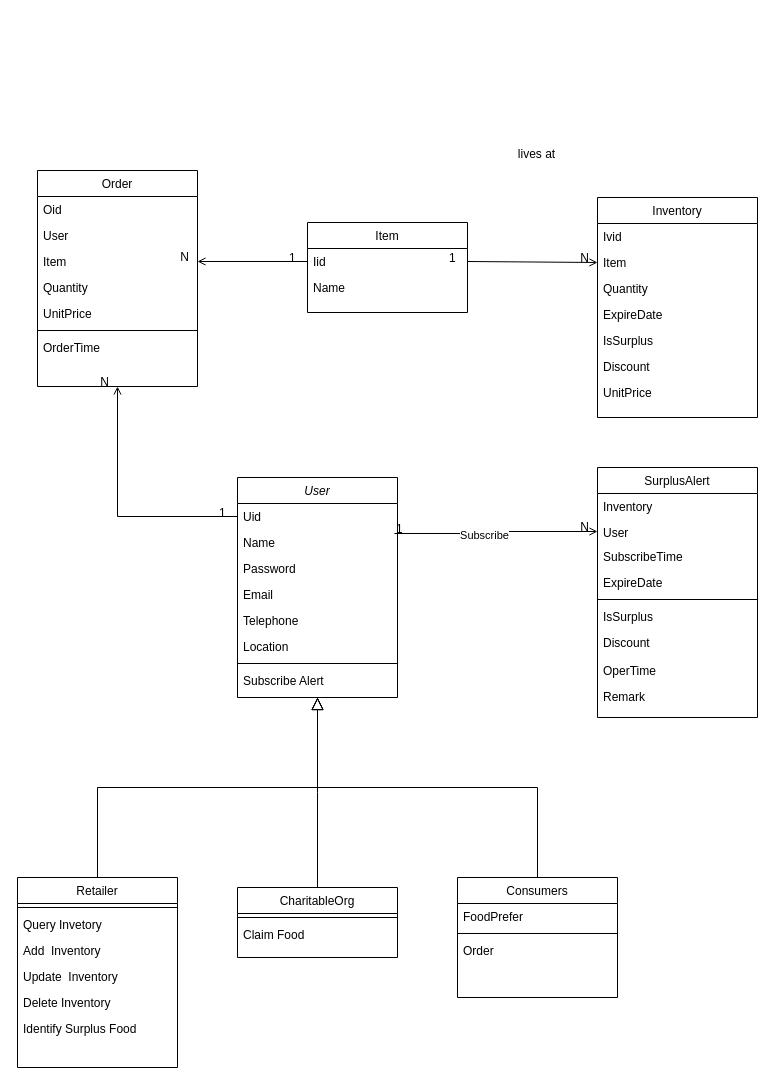
Before: FWRP-class.drawio in panjuncai/Req, a draw.io diagram. Source tidied: cells renumbered, new cells numbered last; positions are measured from the earlier drawing's top-left corner, leaving out a move shared by most shapes. Both pictures are drawn from the tidied source at 100%, with x=0, y=0 at pixel (17, 170).
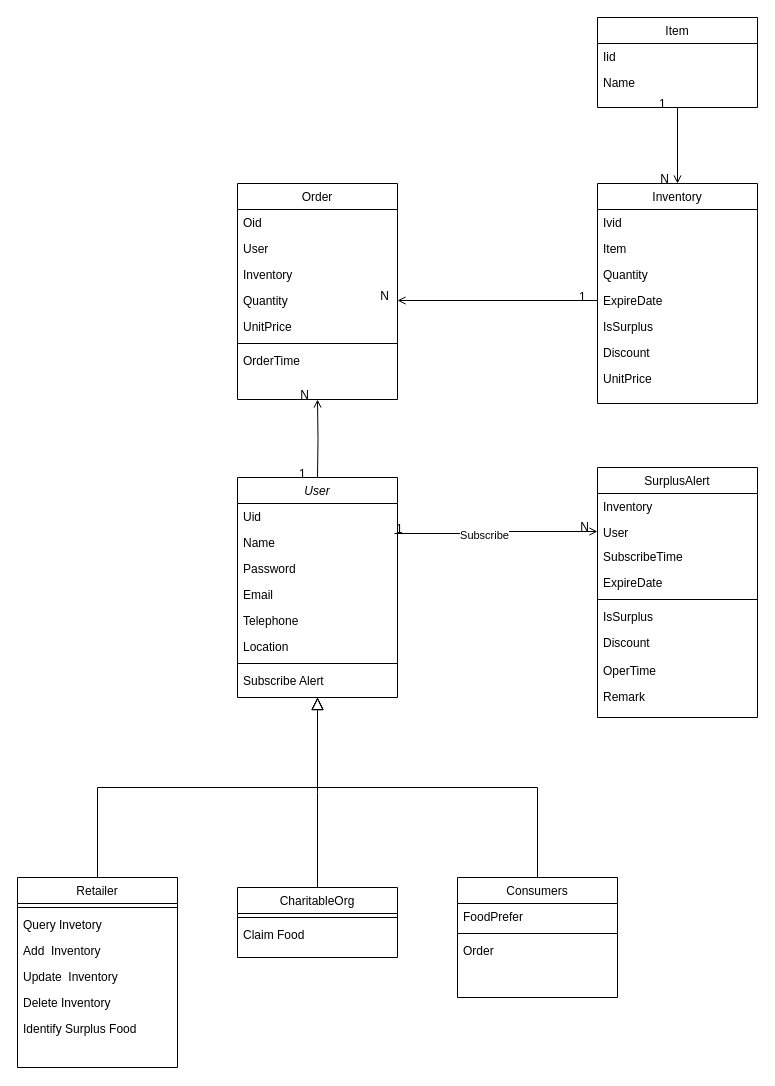
Above is the later version.

The change refers to these unchanged cells:
```xml
<mxCell id="3" value="Uid" style="text;align=left;verticalAlign=top;spacingLeft=4;spacingRight=4;overflow=hidden;points=[[0,0.5],[1,0.5]];portConstraint=eastwest;" parent="2" vertex="1">
  <mxGeometry y="26" width="160" height="26" as="geometry" />
</mxCell>
<mxCell id="46" value="Quantity" style="text;align=left;verticalAlign=top;spacingLeft=4;spacingRight=4;overflow=hidden;points=[[0,0.5],[1,0.5]];portConstraint=eastwest;rounded=0;shadow=0;html=0;" parent="42" vertex="1">
  <mxGeometry y="104" width="160" height="26" as="geometry" />
</mxCell>
<mxCell id="52" value="Item" style="text;align=left;verticalAlign=top;spacingLeft=4;spacingRight=4;overflow=hidden;points=[[0,0.5],[1,0.5]];portConstraint=eastwest;rounded=0;shadow=0;html=0;" parent="50" vertex="1">
  <mxGeometry y="52" width="160" height="26" as="geometry" />
</mxCell>
<mxCell id="54" value="ExpireDate" style="text;align=left;verticalAlign=top;spacingLeft=4;spacingRight=4;overflow=hidden;points=[[0,0.5],[1,0.5]];portConstraint=eastwest;rounded=0;shadow=0;html=0;" parent="50" vertex="1">
  <mxGeometry y="104" width="160" height="26" as="geometry" />
</mxCell>
<mxCell id="59" value="Iid" style="text;align=left;verticalAlign=top;spacingLeft=4;spacingRight=4;overflow=hidden;points=[[0,0.5],[1,0.5]];portConstraint=eastwest;" parent="58" vertex="1">
  <mxGeometry y="26" width="160" height="26" as="geometry" />
</mxCell>
```

The edit, as a diff of the source:
```diff
@@
     <mxCell id="42" value="Order" style="swimlane;fontStyle=0;align=center;verticalAlign=top;horizontal=1;startSize=26;rounded=0;shadow=0;strokeWidth=1;" parent="1" vertex="1">
-      <mxGeometry x="20" width="160" height="216" as="geometry" />
+      <mxGeometry x="220" y="13" width="160" height="216" as="geometry" />
     </mxCell>
@@
-    <mxCell id="45" value="Item" style="text;align=left;verticalAlign=top;spacingLeft=4;spacingRight=4;overflow=hidden;points=[[0,0.5],[1,0.5]];portConstraint=eastwest;rounded=0;shadow=0;html=0;" parent="42" vertex="1">
+    <mxCell id="45" value="Inventory" style="text;align=left;verticalAlign=top;spacingLeft=4;spacingRight=4;overflow=hidden;points=[[0,0.5],[1,0.5]];portConstraint=eastwest;rounded=0;shadow=0;html=0;" parent="42" vertex="1">
       <mxGeometry y="78" width="160" height="26" as="geometry" />
     </mxCell>
@@
     <mxCell id="50" value="Inventory" style="swimlane;fontStyle=0;align=center;verticalAlign=top;horizontal=1;startSize=26;rounded=0;shadow=0;strokeWidth=1;" parent="1" vertex="1">
-      <mxGeometry x="580" y="27" width="160" height="220" as="geometry" />
+      <mxGeometry x="580" y="13" width="160" height="220" as="geometry" />
     </mxCell>
@@
     <mxCell id="58" value="Item" style="swimlane;fontStyle=0;align=center;verticalAlign=top;horizontal=1;startSize=26;rounded=0;shadow=0;strokeWidth=1;" parent="1" vertex="1">
-      <mxGeometry x="290" y="52" width="160" height="90" as="geometry" />
+      <mxGeometry x="580" y="-153" width="160" height="90" as="geometry" />
     </mxCell>
@@
-    <mxCell id="61" style="endArrow=open;shadow=0;strokeWidth=1;rounded=0;endFill=1;elbow=vertical;entryX=0;entryY=0.5;entryDx=0;entryDy=0;exitX=1;exitY=0.5;exitDx=0;exitDy=0;" parent="1" edge="1" source="59" target="52">
+    <mxCell id="61" style="endArrow=open;shadow=0;strokeWidth=1;rounded=0;endFill=1;elbow=vertical;exitX=0.5;exitY=1;exitDx=0;exitDy=0;entryX=0.5;entryY=0;entryDx=0;entryDy=0;" parent="1" edge="1" source="58" target="50">
       <mxGeometry x="0.5" y="41" relative="1" as="geometry">
         <mxPoint x="-40" y="32" as="offset" />
       </mxGeometry>
     </mxCell>
@@
-    <mxCell id="64" value="lives at" style="text;html=1;align=center;verticalAlign=middle;labelBackgroundColor=none;rounded=0;shadow=0;strokeWidth=1;fontSize=12;" parent="61" vertex="1">
-      <mxGeometry x="0.5" y="49" relative="1" as="geometry">
-        <mxPoint x="-30" y="-59" as="offset" />
-      </mxGeometry>
-    </mxCell>
-    <mxCell id="65" style="endArrow=open;shadow=0;strokeWidth=1;rounded=0;endFill=1;elbow=vertical;entryX=1;entryY=0.5;entryDx=0;entryDy=0;exitX=0;exitY=0.5;exitDx=0;exitDy=0;" parent="1" edge="1" source="59" target="45">
-      <mxGeometry x="0.5" y="41" relative="1" as="geometry">
-        <mxPoint x="-40" y="32" as="offset" />
-      </mxGeometry>
-    </mxCell>
-    <mxCell id="66" value="1" style="align=left;verticalAlign=bottom;labelBackgroundColor=none;fontSize=12;" parent="65" vertex="1">
-      <mxGeometry x="-1" relative="1" as="geometry">
-        <mxPoint x="-20" y="5" as="offset" />
-      </mxGeometry>
-    </mxCell>
-    <mxCell id="67" value="N" style="align=right;verticalAlign=bottom;labelBackgroundColor=none;fontSize=12;" parent="65" vertex="1">
-      <mxGeometry x="1" relative="1" as="geometry">
-        <mxPoint x="-7" y="4" as="offset" />
-      </mxGeometry>
-    </mxCell>
-    <mxCell id="68" style="endArrow=open;shadow=0;strokeWidth=1;rounded=0;endFill=1;elbow=vertical;entryX=0.5;entryY=1;entryDx=0;entryDy=0;exitX=0;exitY=0.5;exitDx=0;exitDy=0;edgeStyle=orthogonalEdgeStyle;" parent="1" edge="1" source="3" target="42">
+    <mxCell id="68" style="endArrow=open;shadow=0;strokeWidth=1;rounded=0;endFill=1;elbow=vertical;edgeStyle=orthogonalEdgeStyle;entryX=0.5;entryY=1;entryDx=0;entryDy=0;" parent="1" edge="1" target="42">
       <mxGeometry x="0.5" y="41" relative="1" as="geometry">
+        <mxPoint x="300" y="307" as="sourcePoint" />
         <mxPoint x="-40" y="32" as="offset" />
       </mxGeometry>
     </mxCell>
@@
+    <mxCell id="71" style="endArrow=open;shadow=0;strokeWidth=1;rounded=0;endFill=1;elbow=vertical;entryX=1;entryY=0.5;entryDx=0;entryDy=0;exitX=0;exitY=0.5;exitDx=0;exitDy=0;" parent="1" edge="1" source="54" target="46">
+      <mxGeometry x="0.5" y="41" relative="1" as="geometry">
+        <mxPoint x="-40" y="32" as="offset" />
+      </mxGeometry>
+    </mxCell>
+    <mxCell id="66" value="1" style="align=left;verticalAlign=bottom;labelBackgroundColor=none;fontSize=12;" parent="71" vertex="1">
+      <mxGeometry x="-1" relative="1" as="geometry">
+        <mxPoint x="-20" y="5" as="offset" />
+      </mxGeometry>
+    </mxCell>
+    <mxCell id="67" value="N" style="align=right;verticalAlign=bottom;labelBackgroundColor=none;fontSize=12;" parent="71" vertex="1">
+      <mxGeometry x="1" relative="1" as="geometry">
+        <mxPoint x="-7" y="4" as="offset" />
+      </mxGeometry>
+    </mxCell>
```
